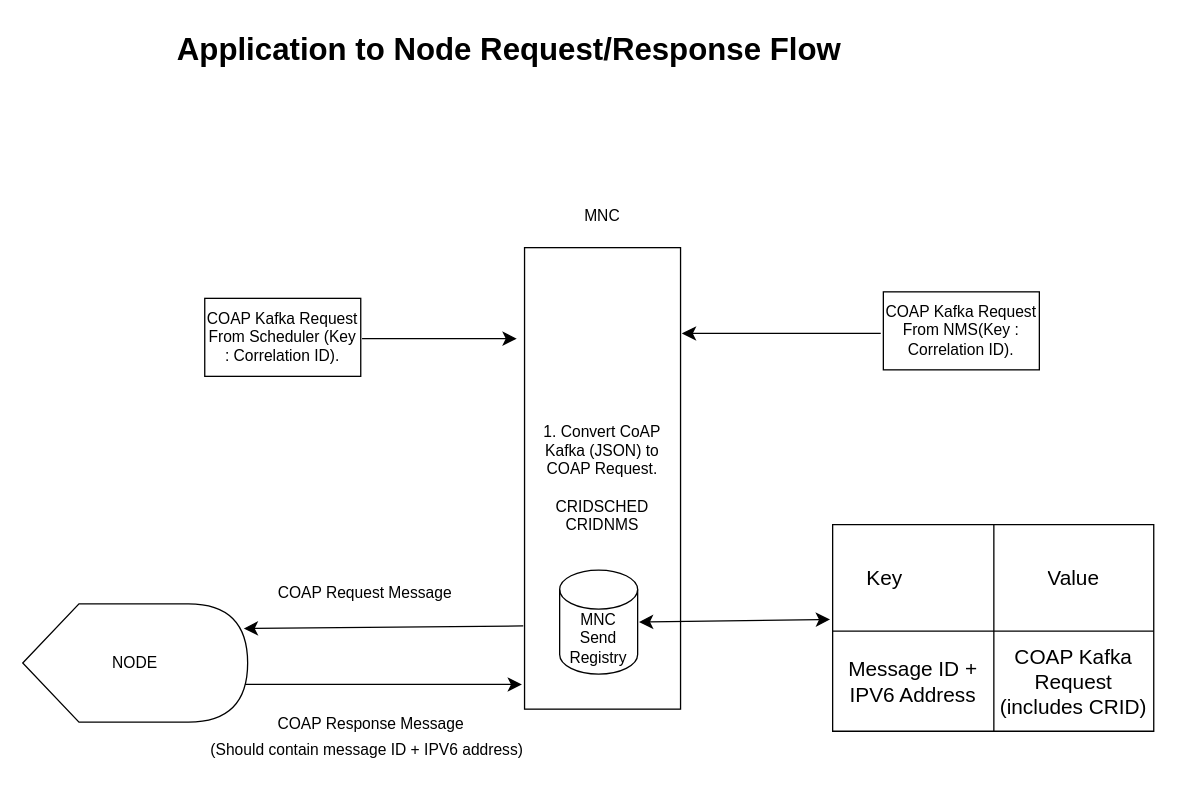
anshuldevmehta/RandomDiagrams keeps this draw.io diagram as MNC.drawio. Above is the earlier version. Source tidied: cells renumbered, new cells numbered last; positions are measured from the earlier drawing's top-left corner, leaving out a move shared by most shapes. Both pictures are drawn from the tidied source at 130%, with x=0, y=0 at pixel (22, 22).
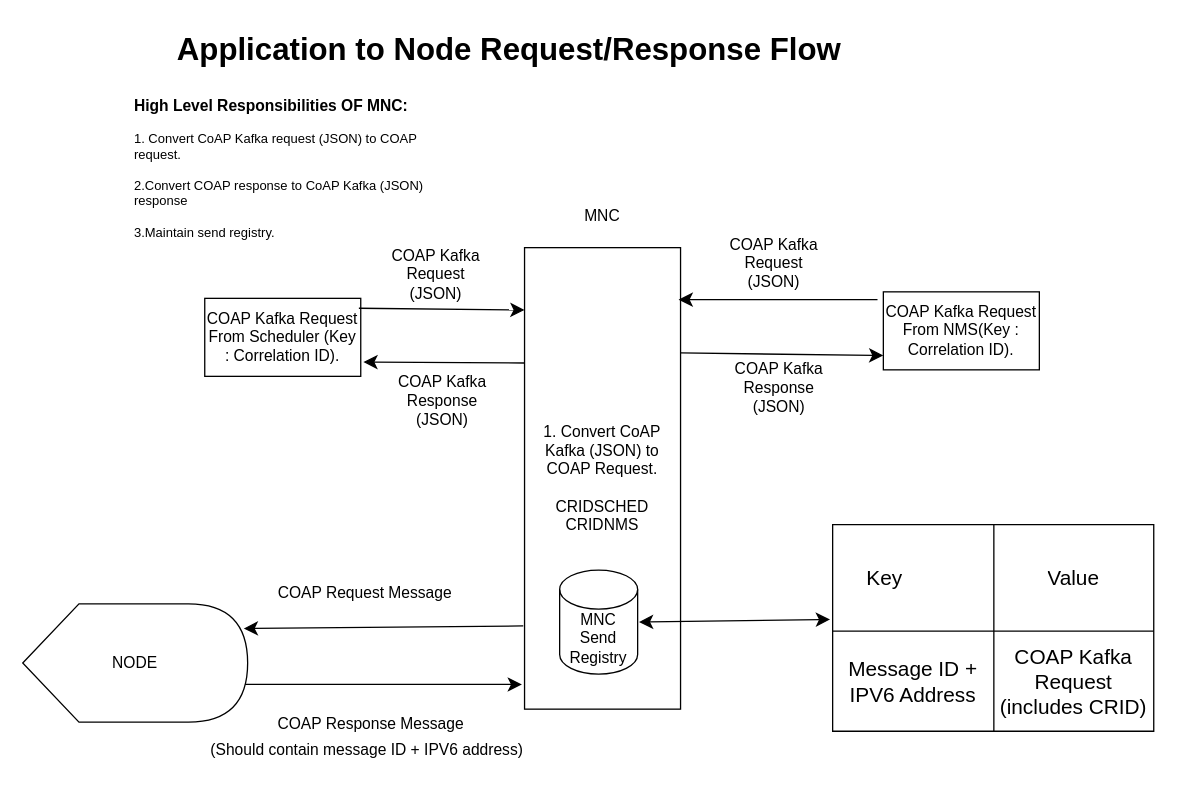
Above is the later version.

The change refers to these unchanged cells:
```xml
<mxCell id="2" value="COAP Kafka Request From Scheduler (Key : Correlation ID)." style="rounded=0;whiteSpace=wrap;html=1;" parent="1" vertex="1">
  <mxGeometry x="140" y="212" width="120" height="60" as="geometry" />
</mxCell>
<mxCell id="4" value="&lt;div&gt;1. Convert CoAP Kafka (JSON) to COAP Request.&lt;/div&gt;&lt;div&gt;&lt;br&gt;&lt;/div&gt;&lt;div&gt;CRIDSCHED&lt;/div&gt;&lt;div&gt;CRIDNMS&lt;/div&gt;" style="rounded=0;whiteSpace=wrap;html=1;" parent="1" vertex="1">
  <mxGeometry x="386" y="173" width="120" height="355" as="geometry" />
</mxCell>
```

What changed in the source:
```diff
@@
-    <mxCell id="3" style="endArrow=classic;html=1;rounded=0;fontSize=12;startSize=8;endSize=8;curved=1;" parent="1" edge="1">
+    <mxCell id="3" style="endArrow=classic;html=1;rounded=0;fontSize=12;startSize=8;endSize=8;curved=1;exitX=0.988;exitY=0.127;exitDx=0;exitDy=0;exitPerimeter=0;" parent="1" edge="1" source="2">
       <mxGeometry relative="1" as="geometry">
-        <mxPoint x="261" y="243" as="sourcePoint" />
-        <mxPoint x="380" y="243" as="targetPoint" />
+        <mxPoint x="386" y="221" as="targetPoint" />
       </mxGeometry>
     </mxCell>
@@
     <mxCell id="6" style="endArrow=classic;html=1;rounded=0;fontSize=12;startSize=8;endSize=8;curved=1;" parent="1" edge="1">
       <mxGeometry relative="1" as="geometry">
-        <mxPoint x="660" y="239" as="sourcePoint" />
-        <mxPoint x="507" y="239" as="targetPoint" />
+        <mxPoint x="657.5" y="213" as="sourcePoint" />
+        <mxPoint x="504.5" y="213" as="targetPoint" />
       </mxGeometry>
     </mxCell>
@@
+    <mxCell id="24" value="&lt;div&gt;&lt;b&gt;&lt;font style=&quot;font-size: 12px;&quot;&gt;High Level Responsibilities OF MNC:&lt;/font&gt;&lt;/b&gt;&lt;/div&gt;&lt;div&gt;&lt;b&gt;&lt;br&gt;&lt;/b&gt;&lt;/div&gt;&lt;div&gt;1. Convert CoAP Kafka request (JSON) to COAP request.&lt;/div&gt;&lt;div&gt;&lt;br&gt;&lt;/div&gt;&lt;div&gt;2.Convert COAP response to CoAP Kafka (JSON) response&lt;/div&gt;&lt;div&gt;&lt;br&gt;&lt;/div&gt;&lt;div&gt;3.Maintain send registry.&lt;/div&gt;&lt;div&gt;&lt;br&gt;&lt;/div&gt;" style="text;html=1;align=left;verticalAlign=middle;whiteSpace=wrap;rounded=0;textDirection=ltr;fontSize=10;" parent="1" vertex="1">
+      <mxGeometry x="84" y="58" width="240" height="120" as="geometry" />
+    </mxCell>
+    <mxCell id="25" style="endArrow=classic;html=1;rounded=0;fontSize=12;startSize=8;endSize=8;curved=1;exitX=0.988;exitY=0.127;exitDx=0;exitDy=0;exitPerimeter=0;entryX=0;entryY=0.25;entryDx=0;entryDy=0;" parent="1" edge="1">
+      <mxGeometry relative="1" as="geometry">
+        <mxPoint x="506" y="254" as="sourcePoint" />
+        <mxPoint x="662" y="256" as="targetPoint" />
+      </mxGeometry>
+    </mxCell>
+    <mxCell id="26" style="endArrow=classic;html=1;rounded=0;fontSize=12;startSize=8;endSize=8;curved=1;exitX=0;exitY=0.25;exitDx=0;exitDy=0;" parent="1" edge="1" source="4">
+      <mxGeometry relative="1" as="geometry">
+        <mxPoint x="262" y="261" as="targetPoint" />
+      </mxGeometry>
+    </mxCell>
+    <mxCell id="27" value="COAP Kafka Request (JSON)" style="text;html=1;align=center;verticalAlign=middle;whiteSpace=wrap;rounded=0;" parent="1" vertex="1">
+      <mxGeometry x="278" y="173" width="80" height="41" as="geometry" />
+    </mxCell>
+    <mxCell id="28" value="COAP Kafka Request (JSON)" style="text;html=1;align=center;verticalAlign=middle;whiteSpace=wrap;rounded=0;" parent="1" vertex="1">
+      <mxGeometry x="538" y="164" width="80" height="41" as="geometry" />
+    </mxCell>
+    <mxCell id="29" value="COAP Kafka Response (JSON)" style="text;html=1;align=center;verticalAlign=middle;whiteSpace=wrap;rounded=0;rotation=0;" parent="1" vertex="1">
+      <mxGeometry x="282" y="262" width="82" height="57" as="geometry" />
+    </mxCell>
+    <mxCell id="30" value="COAP Kafka Response (JSON)" style="text;html=1;align=center;verticalAlign=middle;whiteSpace=wrap;rounded=0;rotation=0;" parent="1" vertex="1">
+      <mxGeometry x="541" y="252" width="82" height="57" as="geometry" />
+    </mxCell>
```
